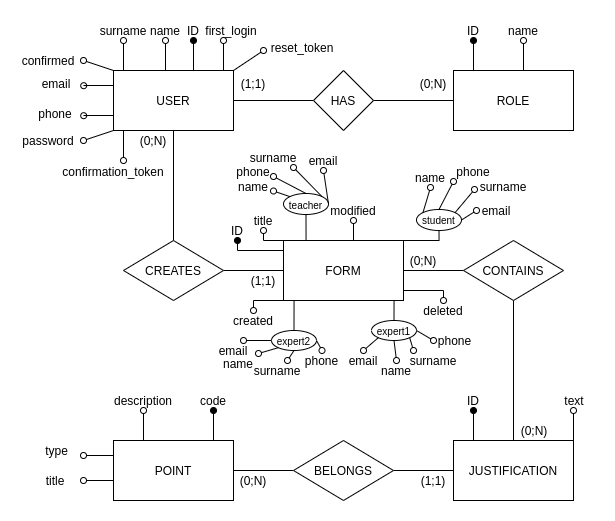
The draw.io diagram img/ValutazioneLPI_ER_Iniziale_Draw .png in matteoforni/Valutazione-LPI, before a commit. Source tidied: cells renumbered, new cells last; positions are measured from the earlier drawing's top-left corner, leaving out a move shared by most shapes.
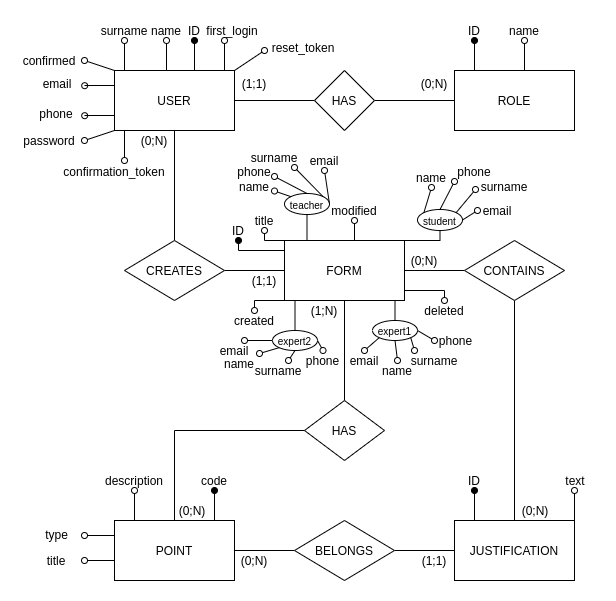
The same file after the commit.

What changed in the source:
```diff
@@ -56,37 +56,41 @@
       <mxGeometry relative="1" as="geometry" />
     </mxCell>
     <mxCell id="15" style="edgeStyle=orthogonalEdgeStyle;rounded=0;jettySize=auto;html=1;exitX=0.25;exitY=0;exitDx=0;exitDy=0;entryX=0.5;entryY=1;entryDx=0;entryDy=0;endArrow=oval;endFill=0;" parent="1" edge="1" source="19" target="36">
-      <mxGeometry relative="1" as="geometry" />
+      <mxGeometry relative="1" as="geometry">
+        <Array as="points">
+          <mxPoint x="112" y="500" />
+        </Array>
+      </mxGeometry>
     </mxCell>
     <mxCell id="16" style="edgeStyle=orthogonalEdgeStyle;rounded=0;jettySize=auto;html=1;exitX=0.75;exitY=0;exitDx=0;exitDy=0;entryX=0.5;entryY=1;entryDx=0;entryDy=0;endArrow=oval;endFill=1;" parent="1" edge="1" source="19" target="34">
       <mxGeometry relative="1" as="geometry" />
     </mxCell>
     <mxCell id="17" style="edgeStyle=orthogonalEdgeStyle;rounded=0;jettySize=auto;html=1;exitX=0;exitY=0.75;exitDx=0;exitDy=0;endArrow=oval;endFill=0;entryX=1;entryY=0.5;entryDx=0;entryDy=0;" parent="1" edge="1" source="19">
       <mxGeometry relative="1" as="geometry">
-        <mxPoint x="62" y="460" as="targetPoint" />
+        <mxPoint x="62" y="540" as="targetPoint" />
         <Array as="points">
-          <mxPoint x="92" y="460" />
+          <mxPoint x="92" y="540" />
         </Array>
       </mxGeometry>
     </mxCell>
     <mxCell id="18" style="edgeStyle=orthogonalEdgeStyle;rounded=0;jettySize=auto;html=1;exitX=0;exitY=0.25;exitDx=0;exitDy=0;endArrow=oval;endFill=0;" parent="1" edge="1" source="19">
       <mxGeometry relative="1" as="geometry">
-        <mxPoint x="62" y="435" as="targetPoint" />
+        <mxPoint x="62" y="515" as="targetPoint" />
       </mxGeometry>
     </mxCell>
     <mxCell id="19" value="POINT" style="rounded=0;whiteSpace=wrap;html=1;" parent="1" vertex="1">
-      <mxGeometry x="92" y="420" width="120" height="60" as="geometry" />
+      <mxGeometry x="92" y="500" width="120" height="60" as="geometry" />
     </mxCell>
     <mxCell id="20" style="edgeStyle=orthogonalEdgeStyle;rounded=0;jettySize=auto;html=1;exitX=0.25;exitY=0;exitDx=0;exitDy=0;entryX=0.5;entryY=1;entryDx=0;entryDy=0;endArrow=oval;endFill=1;" parent="1" edge="1" source="22" target="37">
       <mxGeometry relative="1" as="geometry" />
     </mxCell>
     <mxCell id="21" style="edgeStyle=orthogonalEdgeStyle;rounded=0;jettySize=auto;html=1;exitX=1;exitY=0;exitDx=0;exitDy=0;endArrow=oval;endFill=0;" parent="1" edge="1" source="22">
       <mxGeometry relative="1" as="geometry">
-        <mxPoint x="552" y="390" as="targetPoint" />
+        <mxPoint x="552" y="470" as="targetPoint" />
       </mxGeometry>
     </mxCell>
     <mxCell id="22" value="JUSTIFICATION" style="rounded=0;whiteSpace=wrap;html=1;" parent="1" vertex="1">
-      <mxGeometry x="432" y="420" width="120" height="60" as="geometry" />
+      <mxGeometry x="432" y="500" width="120" height="60" as="geometry" />
     </mxCell>
     <mxCell id="23" value="ID" style="text;html=1;strokeColor=none;fillColor=none;align=center;verticalAlign=middle;whiteSpace=wrap;rounded=0;" parent="1" vertex="1">
       <mxGeometry x="152" width="40" height="20" as="geometry" />
@@ -119,28 +123,28 @@
       <mxGeometry relative="1" as="geometry" />
     </mxCell>
     <mxCell id="33" value="BELONGS" style="rhombus;whiteSpace=wrap;html=1;" parent="1" vertex="1">
-      <mxGeometry x="272" y="420" width="100" height="60" as="geometry" />
+      <mxGeometry x="272" y="500" width="100" height="60" as="geometry" />
     </mxCell>
     <mxCell id="34" value="code" style="text;html=1;strokeColor=none;fillColor=none;align=center;verticalAlign=middle;whiteSpace=wrap;rounded=0;" parent="1" vertex="1">
-      <mxGeometry x="172" y="370" width="40" height="20" as="geometry" />
+      <mxGeometry x="172" y="450" width="40" height="20" as="geometry" />
     </mxCell>
     <mxCell id="35" value="title" style="text;html=1;strokeColor=none;fillColor=none;align=center;verticalAlign=middle;whiteSpace=wrap;rounded=0;" parent="1" vertex="1">
-      <mxGeometry x="14" y="450" width="40" height="20" as="geometry" />
+      <mxGeometry x="14" y="530" width="40" height="20" as="geometry" />
     </mxCell>
     <mxCell id="36" value="description" style="text;html=1;strokeColor=none;fillColor=none;align=center;verticalAlign=middle;whiteSpace=wrap;rounded=0;" parent="1" vertex="1">
-      <mxGeometry x="102" y="370" width="40" height="20" as="geometry" />
+      <mxGeometry x="92" y="450" width="40" height="20" as="geometry" />
     </mxCell>
     <mxCell id="37" value="ID" style="text;html=1;strokeColor=none;fillColor=none;align=center;verticalAlign=middle;whiteSpace=wrap;rounded=0;" parent="1" vertex="1">
-      <mxGeometry x="432" y="370" width="40" height="20" as="geometry" />
+      <mxGeometry x="432" y="450" width="40" height="20" as="geometry" />
     </mxCell>
     <mxCell id="38" value="text" style="text;html=1;strokeColor=none;fillColor=none;align=center;verticalAlign=middle;whiteSpace=wrap;rounded=0;" parent="1" vertex="1">
-      <mxGeometry x="533" y="370" width="40" height="20" as="geometry" />
+      <mxGeometry x="533" y="450" width="40" height="20" as="geometry" />
     </mxCell>
     <mxCell id="39" value="(0;N)" style="text;html=1;strokeColor=none;fillColor=none;align=center;verticalAlign=middle;whiteSpace=wrap;rounded=0;" parent="1" vertex="1">
-      <mxGeometry x="212" y="450" width="40" height="20" as="geometry" />
+      <mxGeometry x="212" y="530" width="40" height="20" as="geometry" />
     </mxCell>
     <mxCell id="40" value="(1;1)" style="text;html=1;strokeColor=none;fillColor=none;align=center;verticalAlign=middle;whiteSpace=wrap;rounded=0;" parent="1" vertex="1">
-      <mxGeometry x="392" y="450" width="40" height="20" as="geometry" />
+      <mxGeometry x="392" y="530" width="40" height="20" as="geometry" />
     </mxCell>
     <mxCell id="41" value="(1;1)" style="text;html=1;strokeColor=none;fillColor=none;align=center;verticalAlign=middle;whiteSpace=wrap;rounded=0;" parent="1" vertex="1">
       <mxGeometry x="212" y="53" width="40" height="20" as="geometry" />
@@ -165,7 +169,7 @@
       </mxGeometry>
     </mxCell>
     <mxCell id="47" value="type" style="text;html=1;strokeColor=none;fillColor=none;align=center;verticalAlign=middle;whiteSpace=wrap;rounded=0;" parent="1" vertex="1">
-      <mxGeometry x="-0.5" y="420" width="71" height="20" as="geometry" />
+      <mxGeometry x="-1.5" y="504" width="71" height="20" as="geometry" />
     </mxCell>
     <mxCell id="48" style="edgeStyle=orthogonalEdgeStyle;rounded=0;jettySize=auto;html=1;exitX=1;exitY=0.5;exitDx=0;exitDy=0;entryX=0;entryY=0.5;entryDx=0;entryDy=0;endArrow=none;endFill=0;" parent="1" edge="1" source="56" target="60">
       <mxGeometry relative="1" as="geometry" />
@@ -206,6 +210,9 @@
     <mxCell id="55" style="edgeStyle=orthogonalEdgeStyle;rounded=0;jettySize=auto;html=1;exitX=0.25;exitY=1;exitDx=0;exitDy=0;entryX=0.5;entryY=0;entryDx=0;entryDy=0;endArrow=none;endFill=0;endSize=6;" parent="1" edge="1" source="56" target="104">
       <mxGeometry relative="1" as="geometry" />
     </mxCell>
+    <mxCell id="113" style="edgeStyle=orthogonalEdgeStyle;rounded=0;jettySize=auto;html=1;endArrow=none;endFill=0;" parent="1" edge="1" source="56" target="115">
+      <mxGeometry relative="1" as="geometry" />
+    </mxCell>
     <mxCell id="56" value="FORM" style="rounded=0;whiteSpace=wrap;html=1;" parent="1" vertex="1">
       <mxGeometry x="262" y="220" width="120" height="60" as="geometry" />
     </mxCell>
@@ -233,7 +240,7 @@
       <mxGeometry x="222" y="250" width="40" height="20" as="geometry" />
     </mxCell>
     <mxCell id="64" value="(0;N)" style="text;html=1;strokeColor=none;fillColor=none;align=center;verticalAlign=middle;whiteSpace=wrap;rounded=0;" parent="1" vertex="1">
-      <mxGeometry x="493" y="400" width="40" height="20" as="geometry" />
+      <mxGeometry x="493" y="480" width="40" height="20" as="geometry" />
     </mxCell>
     <mxCell id="65" value="(0;N)" style="text;html=1;strokeColor=none;fillColor=none;align=center;verticalAlign=middle;whiteSpace=wrap;rounded=0;" parent="1" vertex="1">
       <mxGeometry x="382" y="230" width="40" height="20" as="geometry" />
@@ -395,5 +402,17 @@
     <mxCell id="112" value="reset_token" style="text;html=1;strokeColor=none;fillColor=none;align=center;verticalAlign=middle;whiteSpace=wrap;rounded=0;" parent="1" vertex="1">
       <mxGeometry x="261" y="17" width="40" height="20" as="geometry" />
     </mxCell>
+    <mxCell id="114" style="edgeStyle=orthogonalEdgeStyle;rounded=0;jettySize=auto;html=1;exitX=0;exitY=0.5;exitDx=0;exitDy=0;entryX=0.5;entryY=0;entryDx=0;entryDy=0;endArrow=none;endFill=0;" parent="1" edge="1" source="115" target="19">
+      <mxGeometry relative="1" as="geometry" />
+    </mxCell>
+    <mxCell id="115" value="HAS" style="rhombus;whiteSpace=wrap;html=1;" parent="1" vertex="1">
+      <mxGeometry x="282" y="380" width="80" height="60" as="geometry" />
+    </mxCell>
+    <mxCell id="116" value="(1;N)" style="text;html=1;strokeColor=none;fillColor=none;align=center;verticalAlign=middle;whiteSpace=wrap;rounded=0;" parent="1" vertex="1">
+      <mxGeometry x="282" y="280" width="40" height="20" as="geometry" />
+    </mxCell>
+    <mxCell id="117" value="(0;N)" style="text;html=1;strokeColor=none;fillColor=none;align=center;verticalAlign=middle;whiteSpace=wrap;rounded=0;" parent="1" vertex="1">
+      <mxGeometry x="150" y="480" width="40" height="20" as="geometry" />
+    </mxCell>
   </root>
 </mxGraphModel>
```
